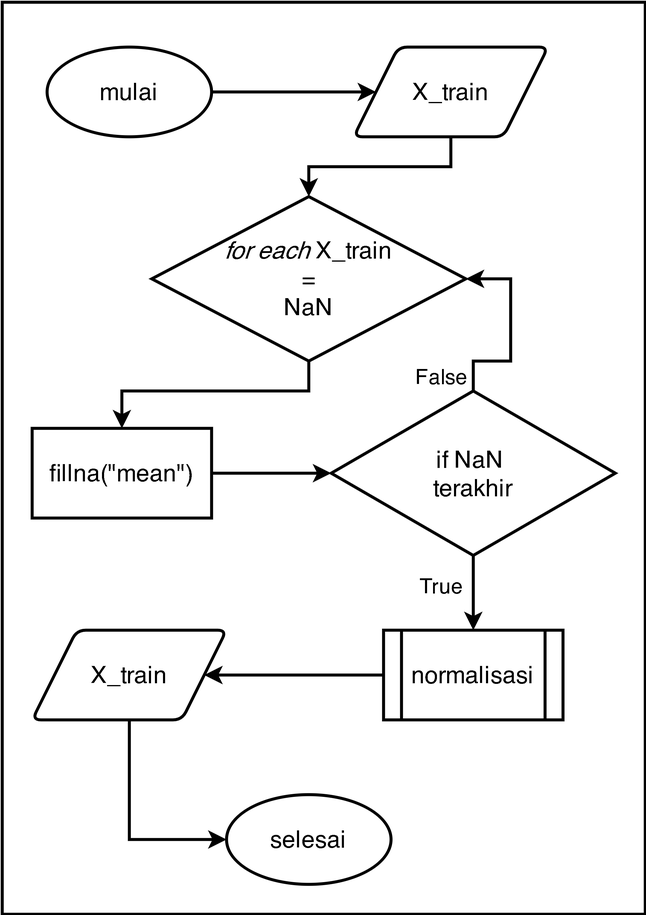
rshby/skripsi keeps this draw.io diagram as Images/flowchart_prep_numeric.png. Above is the earlier version. Source tidied: cells renumbered, new cells last; positions are measured from the earlier drawing's top-left corner, leaving out a move shared by most shapes.
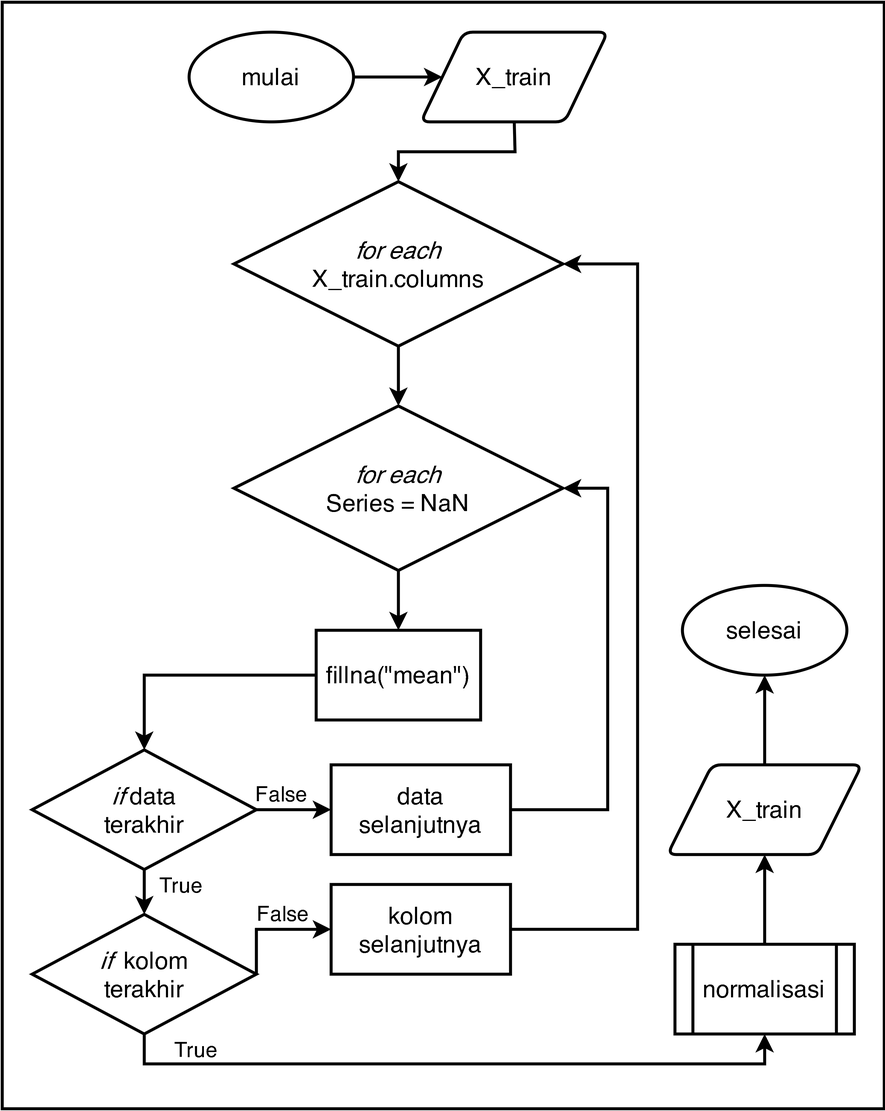
After the change.

What changed in the source:
```diff
@@ -2,85 +2,128 @@
   <root>
     <mxCell id="0" />
     <mxCell id="1" parent="0" />
-    <mxCell id="2" style="group;" parent="1" vertex="1">
-      <mxGeometry width="430" height="610" as="geometry" />
-    </mxCell>
-    <mxCell id="3" style="rounded=0;whiteSpace=wrap;html=1;strokeWidth=2;" parent="2" vertex="1">
-      <mxGeometry width="430" height="610" as="geometry" />
-    </mxCell>
-    <mxCell id="4" value="&lt;font style=&quot;font-size: 16px&quot;&gt;mulai&lt;/font&gt;" style="ellipse;whiteSpace=wrap;html=1;strokeWidth=2;" parent="2" vertex="1">
-      <mxGeometry x="30" y="30" width="110" height="60" as="geometry" />
-    </mxCell>
+    <mxCell id="22" style="group;" parent="1" vertex="1">
+      <mxGeometry x="-440" y="-40" width="590" height="740" as="geometry" />
+    </mxCell>
+    <mxCell id="23" style="rounded=0;whiteSpace=wrap;html=1;strokeWidth=2;" parent="22" vertex="1">
+      <mxGeometry width="590" height="740" as="geometry" />
+    </mxCell>
-    <mxCell id="5" value="&lt;font style=&quot;font-size: 16px&quot;&gt;selesai&lt;/font&gt;" style="ellipse;whiteSpace=wrap;html=1;strokeWidth=2;" parent="2" vertex="1">
-      <mxGeometry x="150" y="530" width="110" height="60" as="geometry" />
+    <mxCell id="5" value="&lt;font style=&quot;font-size: 16px&quot;&gt;selesai&lt;/font&gt;" style="ellipse;whiteSpace=wrap;html=1;strokeWidth=2;" parent="22" vertex="1">
+      <mxGeometry x="455" y="390" width="110" height="60" as="geometry" />
     </mxCell>
-    <mxCell id="6" value="&lt;font style=&quot;font-size: 16px&quot;&gt;X_train&lt;/font&gt;" style="shape=parallelogram;html=1;strokeWidth=2;perimeter=parallelogramPerimeter;whiteSpace=wrap;rounded=1;arcSize=12;size=0.23;" parent="2" vertex="1">
-      <mxGeometry x="235" y="30" width="130" height="60" as="geometry" />
-    </mxCell>
-    <mxCell id="7" value="&lt;font style=&quot;font-size: 16px&quot;&gt;fillna(&quot;mean&quot;)&lt;/font&gt;" style="rounded=0;whiteSpace=wrap;html=1;strokeWidth=2;" parent="2" vertex="1">
-      <mxGeometry x="20" y="285" width="120" height="60" as="geometry" />
-    </mxCell>
-    <mxCell id="8" value="&lt;font style=&quot;font-size: 16px&quot;&gt;normalisasi&lt;/font&gt;" style="shape=process;whiteSpace=wrap;html=1;backgroundOutline=1;strokeWidth=2;" parent="2" vertex="1">
-      <mxGeometry x="255" y="420" width="120" height="60" as="geometry" />
+    <mxCell id="8" value="&lt;font style=&quot;font-size: 16px&quot;&gt;normalisasi&lt;/font&gt;" style="shape=process;whiteSpace=wrap;html=1;backgroundOutline=1;strokeWidth=2;" parent="22" vertex="1">
+      <mxGeometry x="450" y="630" width="120" height="60" as="geometry" />
     </mxCell>
-    <mxCell id="9" value="&lt;font style=&quot;font-size: 16px&quot;&gt;X_train&lt;/font&gt;" style="shape=parallelogram;html=1;strokeWidth=2;perimeter=parallelogramPerimeter;whiteSpace=wrap;rounded=1;arcSize=12;size=0.23;" parent="2" vertex="1">
-      <mxGeometry x="20" y="420" width="130" height="60" as="geometry" />
+    <mxCell id="9" value="&lt;font style=&quot;font-size: 16px&quot;&gt;X_train&lt;/font&gt;" style="shape=parallelogram;html=1;strokeWidth=2;perimeter=parallelogramPerimeter;whiteSpace=wrap;rounded=1;arcSize=12;size=0.23;" parent="22" vertex="1">
+      <mxGeometry x="445" y="510" width="130" height="60" as="geometry" />
     </mxCell>
-    <mxCell id="10" value="&lt;font style=&quot;font-size: 16px&quot;&gt;&lt;i&gt;for each&lt;/i&gt; X_train&lt;br&gt;=&lt;br&gt;NaN&lt;/font&gt;" style="rhombus;whiteSpace=wrap;html=1;strokeWidth=2;" parent="2" vertex="1">
-      <mxGeometry x="100" y="130" width="210" height="110" as="geometry" />
-    </mxCell>
-    <mxCell id="11" value="&lt;span style=&quot;font-size: 16px&quot;&gt;if NaN &lt;br&gt;terakhir&lt;/span&gt;" style="rhombus;whiteSpace=wrap;html=1;strokeWidth=2;" parent="2" vertex="1">
-      <mxGeometry x="220" y="260" width="190" height="110" as="geometry" />
-    </mxCell>
+    <mxCell id="18" style="endArrow=classic;html=1;strokeWidth=2;exitX=0.5;exitY=0;exitDx=0;exitDy=0;entryX=0.5;entryY=1;entryDx=0;entryDy=0;" parent="22" edge="1" source="8" target="9">
+      <mxGeometry x="440" y="40" as="geometry" />
+    </mxCell>
+    <mxCell id="4" value="&lt;font style=&quot;font-size: 16px&quot;&gt;mulai&lt;/font&gt;" style="ellipse;whiteSpace=wrap;html=1;strokeWidth=2;" parent="22" vertex="1">
+      <mxGeometry x="125" y="20" width="110" height="60" as="geometry" />
+    </mxCell>
+    <mxCell id="6" value="&lt;font style=&quot;font-size: 16px&quot;&gt;X_train&lt;/font&gt;" style="shape=parallelogram;html=1;strokeWidth=2;perimeter=parallelogramPerimeter;whiteSpace=wrap;rounded=1;arcSize=12;size=0.23;" parent="22" vertex="1">
+      <mxGeometry x="280" y="20" width="125" height="60" as="geometry" />
+    </mxCell>
+    <mxCell id="24" value="&lt;font style=&quot;font-size: 16px&quot;&gt;&lt;i&gt;for each&lt;/i&gt;&lt;br&gt;X_train.columns&lt;/font&gt;" style="rhombus;whiteSpace=wrap;html=1;strokeWidth=2;" parent="22" vertex="1">
+      <mxGeometry x="155" y="120" width="220" height="110" as="geometry" />
+    </mxCell>
-    <mxCell id="12" style="endArrow=classic;html=1;exitX=1;exitY=0.5;exitDx=0;exitDy=0;strokeWidth=2;entryX=0;entryY=0.5;entryDx=0;entryDy=0;" parent="2" edge="1" source="4" target="6">
-      <mxGeometry relative="1" as="geometry" />
+    <mxCell id="12" style="endArrow=classic;html=1;exitX=1;exitY=0.5;exitDx=0;exitDy=0;strokeWidth=2;entryX=0;entryY=0.5;entryDx=0;entryDy=0;" parent="22" edge="1" source="4" target="6">
+      <mxGeometry as="geometry" />
     </mxCell>
-    <mxCell id="13" style="endArrow=classic;html=1;strokeWidth=2;exitX=0.5;exitY=1;exitDx=0;exitDy=0;entryX=0.5;entryY=0;entryDx=0;entryDy=0;rounded=0;" parent="2" edge="1" source="6" target="10">
-      <mxGeometry relative="1" as="geometry">
-        <Array as="points">
-          <mxPoint x="300" y="110" />
-          <mxPoint x="205" y="110" />
-        </Array>
-      </mxGeometry>
-    </mxCell>
-    <mxCell id="14" style="endArrow=classic;html=1;strokeWidth=2;exitX=1;exitY=0.5;exitDx=0;exitDy=0;entryX=0;entryY=0.5;entryDx=0;entryDy=0;" parent="2" edge="1" source="7" target="11">
-      <mxGeometry relative="1" as="geometry" />
-    </mxCell>
-    <mxCell id="15" style="endArrow=classic;html=1;strokeWidth=2;exitX=0.5;exitY=0;exitDx=0;exitDy=0;entryX=1;entryY=0.5;entryDx=0;entryDy=0;rounded=0;" parent="2" edge="1" source="11" target="10">
-      <mxGeometry relative="1" as="geometry">
-        <Array as="points">
-          <mxPoint x="315" y="240" />
-          <mxPoint x="340" y="240" />
-          <mxPoint x="340" y="185" />
-        </Array>
-      </mxGeometry>
-    </mxCell>
-    <mxCell id="16" style="endArrow=classic;html=1;strokeWidth=2;exitX=0.5;exitY=1;exitDx=0;exitDy=0;entryX=0.5;entryY=0;entryDx=0;entryDy=0;rounded=0;" parent="2" edge="1" source="10" target="7">
-      <mxGeometry relative="1" as="geometry">
-        <Array as="points">
-          <mxPoint x="205" y="260" />
-          <mxPoint x="80" y="260" />
-        </Array>
-      </mxGeometry>
-    </mxCell>
-    <mxCell id="17" style="endArrow=classic;html=1;strokeWidth=2;exitX=0.5;exitY=1;exitDx=0;exitDy=0;entryX=0.5;entryY=0;entryDx=0;entryDy=0;" parent="2" edge="1" source="11" target="8">
-      <mxGeometry relative="1" as="geometry" />
-    </mxCell>
-    <mxCell id="18" style="endArrow=classic;html=1;strokeWidth=2;exitX=0;exitY=0.5;exitDx=0;exitDy=0;entryX=1;entryY=0.5;entryDx=0;entryDy=0;" parent="2" edge="1" source="8" target="9">
-      <mxGeometry relative="1" as="geometry" />
-    </mxCell>
+    <mxCell id="25" style="endArrow=classic;html=1;strokeWidth=2;exitX=0.5;exitY=1;exitDx=0;exitDy=0;entryX=0.5;entryY=0;entryDx=0;entryDy=0;rounded=0;" parent="22" edge="1" source="6" target="24">
+      <mxGeometry as="geometry">
+        <Array as="points">
+          <mxPoint x="343" y="100" />
+          <mxPoint x="265" y="100" />
+        </Array>
+      </mxGeometry>
+    </mxCell>
+    <mxCell id="26" value="&lt;font style=&quot;font-size: 16px&quot;&gt;&lt;i&gt;for each&lt;/i&gt;&lt;br&gt;Series = NaN&lt;/font&gt;" style="rhombus;whiteSpace=wrap;html=1;strokeWidth=2;" parent="22" vertex="1">
+      <mxGeometry x="155" y="270" width="220" height="110" as="geometry" />
+    </mxCell>
+    <mxCell id="27" style="endArrow=classic;html=1;strokeWidth=2;exitX=0.5;exitY=1;exitDx=0;exitDy=0;entryX=0.5;entryY=0;entryDx=0;entryDy=0;" parent="22" edge="1" source="24" target="26">
+      <mxGeometry as="geometry" />
+    </mxCell>
+    <mxCell id="7" value="&lt;font style=&quot;font-size: 16px&quot;&gt;fillna(&quot;mean&quot;)&lt;/font&gt;" style="rounded=0;whiteSpace=wrap;html=1;strokeWidth=2;" parent="22" vertex="1">
+      <mxGeometry x="210" y="420" width="110" height="60" as="geometry" />
+    </mxCell>
+    <mxCell id="28" style="endArrow=classic;html=1;strokeWidth=2;exitX=0.5;exitY=1;exitDx=0;exitDy=0;entryX=0.5;entryY=0;entryDx=0;entryDy=0;" parent="22" edge="1" source="26" target="7">
+      <mxGeometry as="geometry" />
+    </mxCell>
+    <mxCell id="29" value="&lt;font style=&quot;font-size: 16px&quot;&gt;&lt;i&gt;if&lt;/i&gt;&amp;nbsp;data&lt;br&gt;terakhir&lt;/font&gt;" style="rhombus;whiteSpace=wrap;html=1;strokeWidth=2;" parent="22" vertex="1">
+      <mxGeometry x="20" y="500" width="150" height="80" as="geometry" />
+    </mxCell>
+    <mxCell id="30" value="&lt;font style=&quot;font-size: 16px&quot;&gt;data&lt;br&gt;selanjutnya&lt;/font&gt;" style="rounded=0;whiteSpace=wrap;html=1;strokeWidth=2;" parent="22" vertex="1">
+      <mxGeometry x="220" y="510" width="120" height="60" as="geometry" />
+    </mxCell>
+    <mxCell id="31" value="&lt;font style=&quot;font-size: 16px&quot;&gt;&lt;i&gt;if&lt;/i&gt;&amp;nbsp; kolom&lt;br&gt;terakhir&lt;/font&gt;" style="rhombus;whiteSpace=wrap;html=1;strokeWidth=2;" parent="22" vertex="1">
+      <mxGeometry x="20" y="610" width="150" height="80" as="geometry" />
+    </mxCell>
+    <mxCell id="32" value="&lt;font style=&quot;font-size: 16px&quot;&gt;kolom&lt;br&gt;selanjutnya&lt;/font&gt;" style="rounded=0;whiteSpace=wrap;html=1;strokeWidth=2;" parent="22" vertex="1">
+      <mxGeometry x="220" y="590" width="120" height="60" as="geometry" />
+    </mxCell>
+    <mxCell id="33" style="endArrow=classic;html=1;strokeWidth=2;exitX=0;exitY=0.5;exitDx=0;exitDy=0;entryX=0.5;entryY=0;entryDx=0;entryDy=0;rounded=0;" parent="22" edge="1" source="7" target="29">
+      <mxGeometry as="geometry">
+        <Array as="points">
+          <mxPoint x="95" y="450" />
+        </Array>
+      </mxGeometry>
+    </mxCell>
+    <mxCell id="34" style="endArrow=classic;html=1;strokeWidth=2;exitX=1;exitY=0.5;exitDx=0;exitDy=0;entryX=1;entryY=0.5;entryDx=0;entryDy=0;rounded=0;" parent="22" edge="1" source="30" target="26">
+      <mxGeometry as="geometry">
+        <Array as="points">
+          <mxPoint x="405" y="540" />
+          <mxPoint x="405" y="325" />
+        </Array>
+      </mxGeometry>
+    </mxCell>
+    <mxCell id="35" style="endArrow=classic;html=1;strokeWidth=2;exitX=1;exitY=0.5;exitDx=0;exitDy=0;entryX=1;entryY=0.5;entryDx=0;entryDy=0;rounded=0;" parent="22" edge="1" source="32" target="24">
+      <mxGeometry as="geometry">
+        <Array as="points">
+          <mxPoint x="425" y="620" />
+          <mxPoint x="425" y="175" />
+        </Array>
+      </mxGeometry>
+    </mxCell>
+    <mxCell id="36" style="endArrow=classic;html=1;strokeWidth=2;exitX=1;exitY=0.5;exitDx=0;exitDy=0;entryX=0;entryY=0.5;entryDx=0;entryDy=0;" parent="22" edge="1" source="29" target="30">
+      <mxGeometry as="geometry" />
+    </mxCell>
+    <mxCell id="37" style="endArrow=classic;html=1;strokeWidth=2;exitX=0.5;exitY=1;exitDx=0;exitDy=0;" parent="22" edge="1" source="29">
+      <mxGeometry as="geometry">
+        <mxPoint x="95" y="610" as="targetPoint" />
+      </mxGeometry>
+    </mxCell>
+    <mxCell id="38" style="endArrow=classic;html=1;strokeWidth=2;exitX=1;exitY=0.5;exitDx=0;exitDy=0;entryX=0;entryY=0.5;entryDx=0;entryDy=0;rounded=0;" parent="22" edge="1" source="31" target="32">
+      <mxGeometry as="geometry">
+        <Array as="points">
+          <mxPoint x="170" y="620" />
+        </Array>
+      </mxGeometry>
+    </mxCell>
+    <mxCell id="39" style="endArrow=classic;html=1;exitX=0.5;exitY=1;exitDx=0;exitDy=0;entryX=0.5;entryY=1;entryDx=0;entryDy=0;rounded=0;strokeWidth=2;" parent="22" edge="1" source="31" target="8">
+      <mxGeometry as="geometry">
+        <Array as="points">
+          <mxPoint x="95" y="710" />
+          <mxPoint x="510" y="710" />
+        </Array>
+      </mxGeometry>
+    </mxCell>
-    <mxCell id="19" style="endArrow=classic;html=1;strokeWidth=2;exitX=0.5;exitY=1;exitDx=0;exitDy=0;entryX=0;entryY=0.5;entryDx=0;entryDy=0;rounded=0;" parent="2" edge="1" source="9" target="5">
-      <mxGeometry relative="1" as="geometry">
-        <Array as="points">
-          <mxPoint x="85" y="560" />
-        </Array>
-      </mxGeometry>
+    <mxCell id="19" style="endArrow=classic;html=1;strokeWidth=2;exitX=0.5;exitY=0;exitDx=0;exitDy=0;entryX=0.5;entryY=1;entryDx=0;entryDy=0;" parent="22" edge="1" source="9" target="5">
+      <mxGeometry as="geometry" />
     </mxCell>
-    <mxCell id="20" value="&lt;font style=&quot;font-size: 14px&quot;&gt;True&lt;/font&gt;" style="text;html=1;strokeColor=none;fillColor=none;align=center;verticalAlign=middle;whiteSpace=wrap;rounded=0;" parent="2" vertex="1">
-      <mxGeometry x="274" y="380" width="40" height="20" as="geometry" />
-    </mxCell>
-    <mxCell id="21" value="&lt;font style=&quot;font-size: 14px&quot;&gt;False&lt;/font&gt;" style="text;html=1;strokeColor=none;fillColor=none;align=center;verticalAlign=middle;whiteSpace=wrap;rounded=0;" parent="2" vertex="1">
-      <mxGeometry x="274" y="240" width="40" height="20" as="geometry" />
-    </mxCell>
+    <mxCell id="40" value="&lt;font style=&quot;font-size: 14px&quot;&gt;True&lt;/font&gt;" style="text;html=1;strokeColor=none;fillColor=none;align=center;verticalAlign=middle;whiteSpace=wrap;rounded=0;" parent="22" vertex="1">
+      <mxGeometry x="100" y="580" width="40" height="20" as="geometry" />
+    </mxCell>
+    <mxCell id="41" value="&lt;font style=&quot;font-size: 14px&quot;&gt;True&lt;/font&gt;" style="text;html=1;strokeColor=none;fillColor=none;align=center;verticalAlign=middle;whiteSpace=wrap;rounded=0;" parent="22" vertex="1">
+      <mxGeometry x="110" y="690" width="40" height="20" as="geometry" />
+    </mxCell>
+    <mxCell id="42" value="&lt;font style=&quot;font-size: 14px&quot;&gt;False&lt;/font&gt;" style="text;html=1;strokeColor=none;fillColor=none;align=center;verticalAlign=middle;whiteSpace=wrap;rounded=0;" parent="22" vertex="1">
+      <mxGeometry x="167" y="519" width="40" height="20" as="geometry" />
+    </mxCell>
+    <mxCell id="43" value="&lt;font style=&quot;font-size: 14px&quot;&gt;False&lt;/font&gt;" style="text;html=1;strokeColor=none;fillColor=none;align=center;verticalAlign=middle;whiteSpace=wrap;rounded=0;" parent="22" vertex="1">
+      <mxGeometry x="168" y="599" width="40" height="20" as="geometry" />
+    </mxCell>
   </root>
 </mxGraphModel>
```
